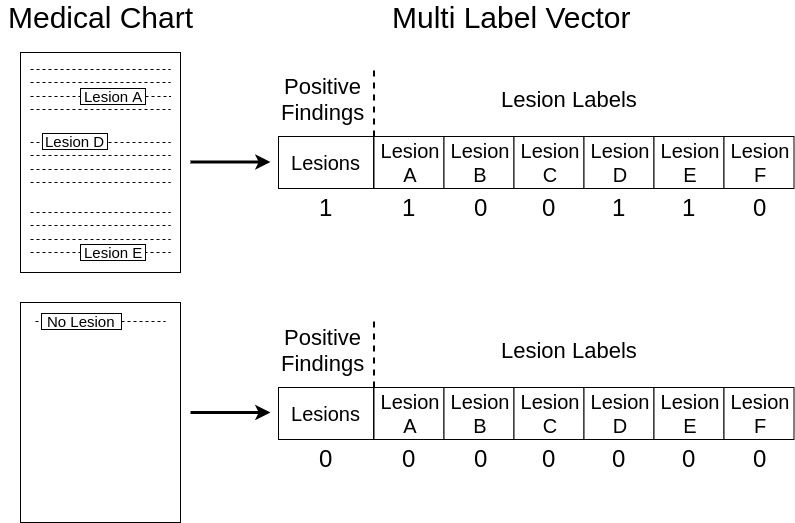
Earlier version of the draw.io export fig/ieice1.png (shinn1r0/endoscopic_images2karte). Source tidied: cells renumbered, new cells last; positions are measured from the earlier drawing's top-left corner, leaving out a move shared by most shapes.
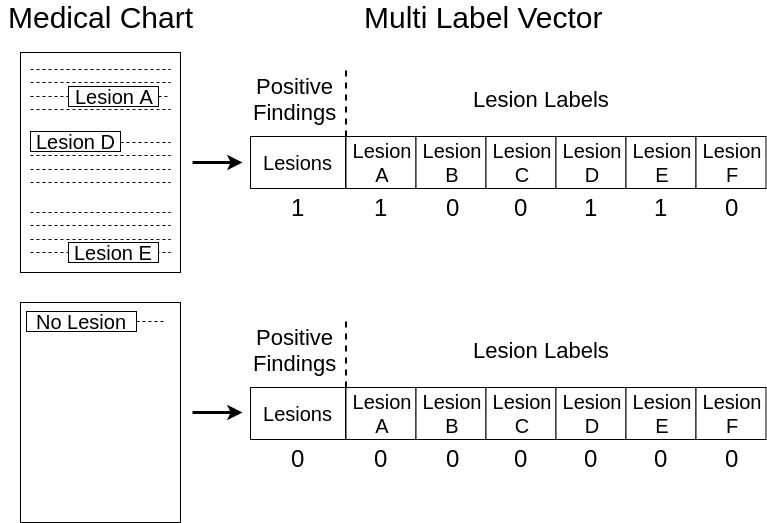
The same diagram one commit later.

Change to the diagram source:
```diff
@@ -3,125 +3,122 @@
     <mxCell id="0" />
     <mxCell id="1" parent="0" />
     <mxCell id="2" value="&lt;font style=&quot;font-size: 30px&quot;&gt;Medical Chart&lt;/font&gt;" style="text;html=1;align=center;verticalAlign=middle;" parent="1" vertex="1">
-      <mxGeometry width="200" height="30" as="geometry" />
+      <mxGeometry x="28" width="200" height="30" as="geometry" />
     </mxCell>
     <mxCell id="3" value="&lt;font style=&quot;font-size: 30px&quot;&gt;Multi Label Vector&lt;/font&gt;" style="text;html=1;align=center;verticalAlign=middle;" parent="1" vertex="1">
       <mxGeometry x="385.5" width="250" height="30" as="geometry" />
     </mxCell>
     <mxCell id="4" style="endArrow=classic;html=1;strokeWidth=3;" parent="1" edge="1">
       <mxGeometry relative="1" as="geometry">
-        <mxPoint x="190" y="159.5" as="sourcePoint" />
-        <mxPoint x="270" y="159.5" as="targetPoint" />
+        <mxPoint x="220" y="160" as="sourcePoint" />
+        <mxPoint x="270" y="160" as="targetPoint" />
       </mxGeometry>
     </mxCell>
     <mxCell id="5" style="endArrow=classic;html=1;strokeWidth=3;" parent="1" edge="1">
       <mxGeometry relative="1" as="geometry">
-        <mxPoint x="190" y="410" as="sourcePoint" />
+        <mxPoint x="220" y="410" as="sourcePoint" />
         <mxPoint x="270" y="410" as="targetPoint" />
       </mxGeometry>
     </mxCell>
     <mxCell id="6" style="rounded=0;whiteSpace=wrap;html=1;" parent="1" vertex="1">
-      <mxGeometry x="20" y="50" width="160" height="220" as="geometry" />
+      <mxGeometry x="48" y="50" width="160" height="220" as="geometry" />
     </mxCell>
     <mxCell id="7" style="endArrow=none;html=1;dashed=1;" parent="1" edge="1">
       <mxGeometry relative="1" as="geometry">
-        <mxPoint x="30" y="67" as="sourcePoint" />
-        <mxPoint x="170" y="67" as="targetPoint" />
+        <mxPoint x="58" y="67" as="sourcePoint" />
+        <mxPoint x="198" y="67" as="targetPoint" />
       </mxGeometry>
     </mxCell>
     <mxCell id="8" style="endArrow=none;html=1;dashed=1;" parent="1" edge="1">
       <mxGeometry relative="1" as="geometry">
-        <mxPoint x="30" y="80" as="sourcePoint" />
-        <mxPoint x="170" y="80" as="targetPoint" />
+        <mxPoint x="58" y="80" as="sourcePoint" />
+        <mxPoint x="198" y="80" as="targetPoint" />
       </mxGeometry>
     </mxCell>
     <mxCell id="9" style="endArrow=none;html=1;dashed=1;" parent="1" edge="1" source="19">
       <mxGeometry relative="1" as="geometry">
-        <mxPoint x="170" y="94" as="targetPoint" />
+        <mxPoint x="198" y="94" as="targetPoint" />
       </mxGeometry>
     </mxCell>
     <mxCell id="10" style="endArrow=none;html=1;dashed=1;" parent="1" edge="1">
       <mxGeometry relative="1" as="geometry">
-        <mxPoint x="30" y="107" as="sourcePoint" />
-        <mxPoint x="170" y="107" as="targetPoint" />
+        <mxPoint x="58" y="107" as="sourcePoint" />
+        <mxPoint x="198" y="107" as="targetPoint" />
       </mxGeometry>
     </mxCell>
     <mxCell id="11" style="endArrow=none;html=1;dashed=1;" parent="1" edge="1">
       <mxGeometry relative="1" as="geometry">
-        <mxPoint x="30" y="140" as="sourcePoint" />
-        <mxPoint x="170" y="140" as="targetPoint" />
+        <mxPoint x="58" y="140" as="sourcePoint" />
+        <mxPoint x="198" y="140" as="targetPoint" />
       </mxGeometry>
     </mxCell>
     <mxCell id="12" style="endArrow=none;html=1;dashed=1;" parent="1" edge="1">
       <mxGeometry relative="1" as="geometry">
-        <mxPoint x="30" y="153" as="sourcePoint" />
-        <mxPoint x="170" y="153" as="targetPoint" />
+        <mxPoint x="58" y="153" as="sourcePoint" />
+        <mxPoint x="198" y="153" as="targetPoint" />
       </mxGeometry>
     </mxCell>
     <mxCell id="13" style="endArrow=none;html=1;dashed=1;" parent="1" edge="1">
       <mxGeometry relative="1" as="geometry">
-        <mxPoint x="30" y="167" as="sourcePoint" />
-        <mxPoint x="170" y="167" as="targetPoint" />
+        <mxPoint x="58" y="167" as="sourcePoint" />
+        <mxPoint x="198" y="167" as="targetPoint" />
       </mxGeometry>
     </mxCell>
     <mxCell id="14" style="endArrow=none;html=1;dashed=1;" parent="1" edge="1">
       <mxGeometry relative="1" as="geometry">
-        <mxPoint x="30" y="180" as="sourcePoint" />
-        <mxPoint x="170" y="180" as="targetPoint" />
+        <mxPoint x="58" y="180" as="sourcePoint" />
+        <mxPoint x="198" y="180" as="targetPoint" />
       </mxGeometry>
     </mxCell>
     <mxCell id="15" style="endArrow=none;html=1;dashed=1;" parent="1" edge="1">
       <mxGeometry relative="1" as="geometry">
-        <mxPoint x="30" y="210" as="sourcePoint" />
-        <mxPoint x="170" y="210" as="targetPoint" />
+        <mxPoint x="58" y="210" as="sourcePoint" />
+        <mxPoint x="198" y="210" as="targetPoint" />
       </mxGeometry>
     </mxCell>
     <mxCell id="16" style="endArrow=none;html=1;dashed=1;" parent="1" edge="1">
       <mxGeometry relative="1" as="geometry">
-        <mxPoint x="30" y="223" as="sourcePoint" />
-        <mxPoint x="170" y="223" as="targetPoint" />
+        <mxPoint x="58" y="223" as="sourcePoint" />
+        <mxPoint x="198" y="223" as="targetPoint" />
       </mxGeometry>
     </mxCell>
     <mxCell id="17" style="endArrow=none;html=1;dashed=1;" parent="1" edge="1">
       <mxGeometry relative="1" as="geometry">
-        <mxPoint x="30" y="237" as="sourcePoint" />
-        <mxPoint x="170" y="237" as="targetPoint" />
+        <mxPoint x="58" y="237" as="sourcePoint" />
+        <mxPoint x="198" y="237" as="targetPoint" />
       </mxGeometry>
     </mxCell>
     <mxCell id="18" style="endArrow=none;html=1;dashed=1;" parent="1" edge="1">
       <mxGeometry relative="1" as="geometry">
-        <mxPoint x="30" y="250" as="sourcePoint" />
-        <mxPoint x="170" y="250" as="targetPoint" />
+        <mxPoint x="58" y="250" as="sourcePoint" />
+        <mxPoint x="198" y="250" as="targetPoint" />
       </mxGeometry>
     </mxCell>
-    <mxCell id="19" value="&lt;font style=&quot;font-size: 15px&quot;&gt;Lesion A&lt;/font&gt;" style="text;html=1;align=center;verticalAlign=middle;points=[];strokeColor=#000000;fillColor=#ffffff;" parent="1" vertex="1">
-      <mxGeometry x="80" y="86" width="65" height="16" as="geometry" />
+    <mxCell id="19" value="&lt;font style=&quot;font-size: 20px&quot;&gt;Lesion A&lt;/font&gt;" style="text;html=1;align=center;verticalAlign=middle;points=[];strokeColor=#000000;fillColor=#ffffff;" parent="1" vertex="1">
+      <mxGeometry x="96" y="84" width="90" height="20" as="geometry" />
     </mxCell>
     <mxCell id="20" style="endArrow=none;html=1;dashed=1;" parent="1" edge="1" target="19">
       <mxGeometry relative="1" as="geometry">
-        <mxPoint x="30" y="94" as="sourcePoint" />
+        <mxPoint x="58" y="94" as="sourcePoint" />
       </mxGeometry>
     </mxCell>
-    <mxCell id="21" value="&lt;font style=&quot;font-size: 15px&quot;&gt;Lesion D&lt;/font&gt;" style="text;html=1;align=center;verticalAlign=middle;strokeColor=#000000;fillColor=#ffffff;" parent="1" vertex="1">
-      <mxGeometry x="42" y="131" width="65" height="16" as="geometry" />
+    <mxCell id="21" value="&lt;font style=&quot;font-size: 20px&quot;&gt;Lesion D&lt;/font&gt;" style="text;html=1;align=center;verticalAlign=middle;strokeColor=#000000;fillColor=#ffffff;" parent="1" vertex="1">
+      <mxGeometry x="58" y="129" width="90" height="20" as="geometry" />
     </mxCell>
-    <mxCell id="22" value="&lt;font style=&quot;font-size: 15px&quot;&gt;Lesion E&lt;/font&gt;" style="text;html=1;align=center;verticalAlign=middle;strokeColor=#000000;fillColor=#ffffff;" parent="1" vertex="1">
-      <mxGeometry x="80" y="242" width="65" height="16" as="geometry" />
+    <mxCell id="22" value="&lt;font style=&quot;font-size: 20px&quot;&gt;Lesion E&lt;/font&gt;" style="text;html=1;align=center;verticalAlign=middle;strokeColor=#000000;fillColor=#ffffff;" parent="1" vertex="1">
+      <mxGeometry x="96" y="240" width="90" height="20" as="geometry" />
     </mxCell>
     <mxCell id="23" style="rounded=0;whiteSpace=wrap;html=1;" parent="1" vertex="1">
-      <mxGeometry x="20" y="300" width="160" height="220" as="geometry" />
+      <mxGeometry x="48" y="300" width="160" height="220" as="geometry" />
     </mxCell>
     <mxCell id="24" style="endArrow=none;html=1;dashed=1;" parent="1" edge="1" source="25">
       <mxGeometry relative="1" as="geometry">
-        <mxPoint x="165" y="319" as="targetPoint" />
+        <mxPoint x="193" y="319" as="targetPoint" />
       </mxGeometry>
     </mxCell>
-    <mxCell id="25" value="&lt;font style=&quot;font-size: 15px&quot;&gt;No Lesion&lt;/font&gt;" style="text;html=1;align=center;verticalAlign=middle;points=[];strokeColor=#000000;fillColor=#ffffff;" parent="1" vertex="1">
-      <mxGeometry x="41" y="311" width="80" height="16" as="geometry" />
-    </mxCell>
     <mxCell id="26" style="endArrow=none;html=1;dashed=1;" parent="1" edge="1" target="25">
       <mxGeometry relative="1" as="geometry">
-        <mxPoint x="35" y="319" as="sourcePoint" />
+        <mxPoint x="63" y="319" as="sourcePoint" />
       </mxGeometry>
     </mxCell>
     <mxCell id="27" value="&lt;font style=&quot;font-size: 20px&quot;&gt;Lesion&lt;br&gt;A&lt;/font&gt;" style="rounded=0;whiteSpace=wrap;html=1;strokeColor=#000000;fillColor=#ffffff;" parent="1" vertex="1">
@@ -232,5 +229,8 @@
     <mxCell id="60" value="&lt;font style=&quot;font-size: 24px&quot;&gt;0&lt;/font&gt;" style="text;html=1;align=center;verticalAlign=middle;" parent="1" vertex="1">
       <mxGeometry x="744.5" y="446" width="30" height="20" as="geometry" />
     </mxCell>
+    <mxCell id="25" value="&lt;font style=&quot;font-size: 20px&quot;&gt;No Lesion&lt;/font&gt;" style="text;html=1;align=center;verticalAlign=middle;points=[];strokeColor=#000000;fillColor=#ffffff;" parent="1" vertex="1">
+      <mxGeometry x="54" y="309" width="110" height="20" as="geometry" />
+    </mxCell>
   </root>
 </mxGraphModel>
```
